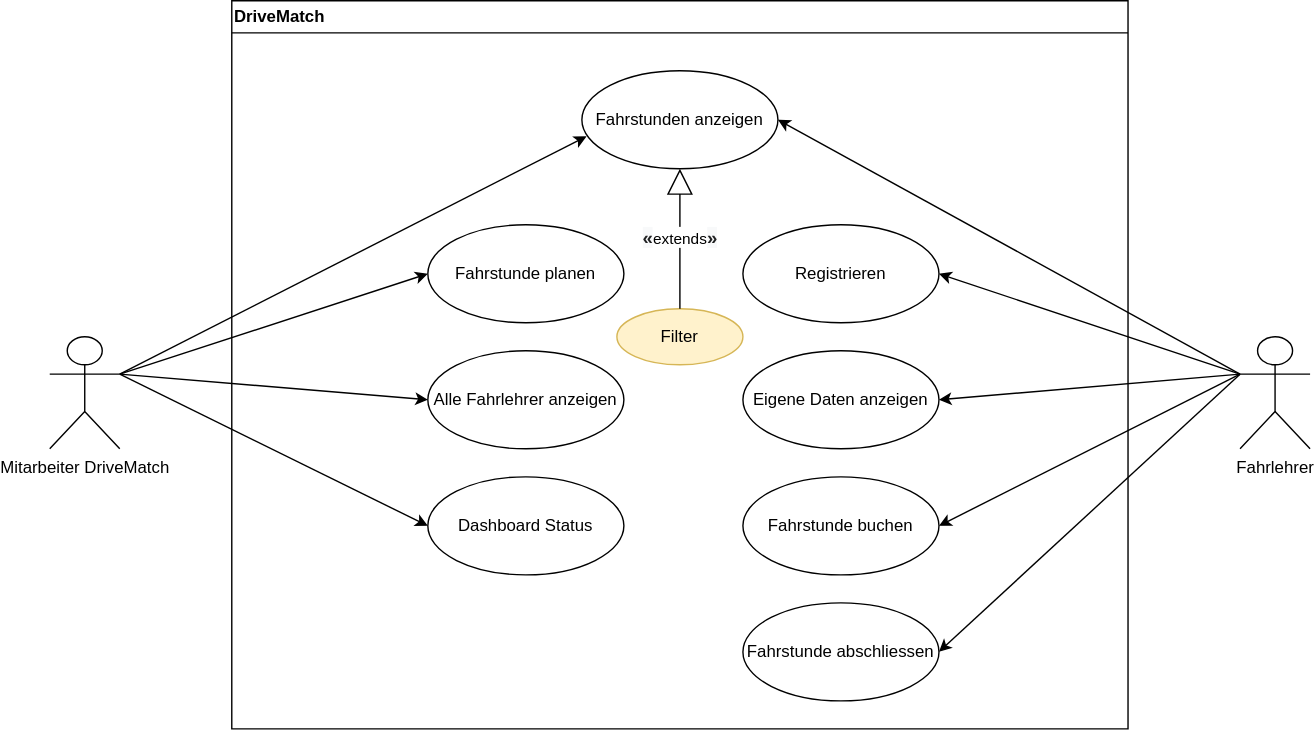
Before: doc/figures/use-case-diagram.drawio.svg, a diagram exported from draw.io (ljodzavsr/Software-Engineering-Semesterprojekt-DriveMatch). Source tidied: cells renumbered, new cells last; positions are measured from the earlier drawing's top-left corner, leaving out a move shared by most shapes.
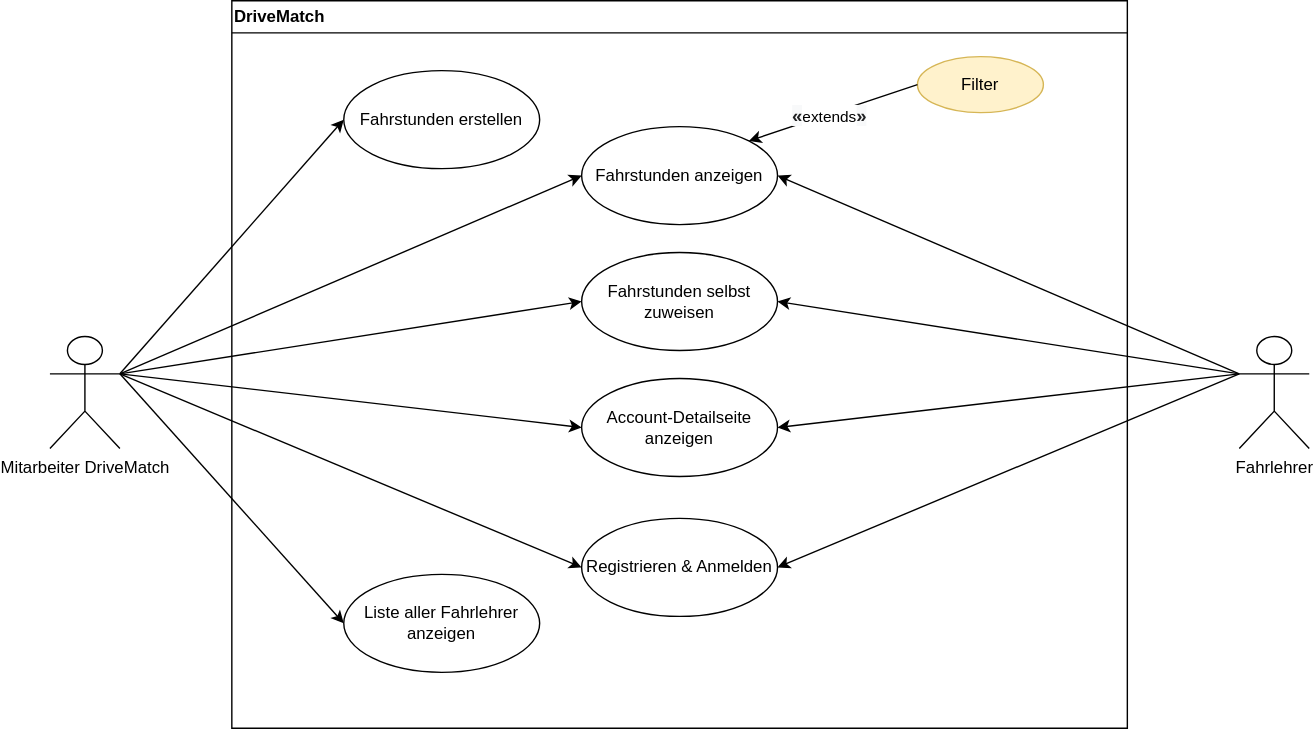
Later version of the same file.

What changed in the source:
```diff
@@ -8,65 +8,68 @@
     <mxCell id="3" value="DriveMatch" style="swimlane;whiteSpace=wrap;html=1;align=left;" parent="1" vertex="1">
       <mxGeometry x="130" width="640" height="520" as="geometry" />
     </mxCell>
-    <mxCell id="4" value="Fahrstunde planen" style="ellipse;whiteSpace=wrap;html=1;" parent="3" vertex="1">
-      <mxGeometry x="140" y="160" width="140" height="70" as="geometry" />
+    <mxCell id="4" value="Fahrstunden erstellen" style="ellipse;whiteSpace=wrap;html=1;" parent="3" vertex="1">
+      <mxGeometry x="80" y="50" width="140" height="70" as="geometry" />
     </mxCell>
-    <mxCell id="5" value="Dashboard Status" style="ellipse;whiteSpace=wrap;html=1;" parent="3" vertex="1">
-      <mxGeometry x="140" y="340" width="140" height="70" as="geometry" />
+    <mxCell id="5" value="Liste aller Fahrlehrer anzeigen" style="ellipse;whiteSpace=wrap;html=1;" parent="3" vertex="1">
+      <mxGeometry x="80" y="410" width="140" height="70" as="geometry" />
     </mxCell>
-    <mxCell id="6" value="Alle Fahrlehrer anzeigen" style="ellipse;whiteSpace=wrap;html=1;" parent="3" vertex="1">
-      <mxGeometry x="140" y="250" width="140" height="70" as="geometry" />
-    </mxCell>
-    <mxCell id="7" value="Registrieren" style="ellipse;whiteSpace=wrap;html=1;" parent="3" vertex="1">
-      <mxGeometry x="365" y="160" width="140" height="70" as="geometry" />
-    </mxCell>
     <mxCell id="8" value="Fahrstunden anzeigen" style="ellipse;whiteSpace=wrap;html=1;" parent="3" vertex="1">
-      <mxGeometry x="250" y="50" width="140" height="70" as="geometry" />
+      <mxGeometry x="250" y="90" width="140" height="70" as="geometry" />
     </mxCell>
     <mxCell id="9" value="Filter" style="ellipse;whiteSpace=wrap;html=1;fillColor=#fff2cc;strokeColor=#d6b656;" parent="3" vertex="1">
-      <mxGeometry x="275" y="220" width="90" height="40" as="geometry" />
+      <mxGeometry x="490" y="40" width="90" height="40" as="geometry" />
     </mxCell>
-    <mxCell id="10" value="&lt;b style=&quot;color: rgb(32, 33, 34); font-family: sans-serif; font-size: 13.3px; text-align: right; text-wrap: wrap; background-color: rgb(248, 249, 250);&quot;&gt;«&lt;/b&gt;extends&lt;b style=&quot;color: rgb(32, 33, 34); font-family: sans-serif; font-size: 13.3px; text-align: right; text-wrap: wrap; background-color: rgb(248, 249, 250);&quot;&gt;»&lt;/b&gt;" style="endArrow=block;endSize=16;endFill=0;html=1;rounded=0;entryX=0.5;entryY=1;entryDx=0;entryDy=0;exitX=0.5;exitY=0;exitDx=0;exitDy=0;" parent="3" edge="1" source="9" target="8">
-      <mxGeometry relative="1" as="geometry" />
-    </mxCell>
+    <mxCell id="7" value="Fahrstunden selbst zuweisen" style="ellipse;whiteSpace=wrap;html=1;" parent="3" vertex="1">
+      <mxGeometry x="250" y="180" width="140" height="70" as="geometry" />
+    </mxCell>
-    <mxCell id="11" value="Fahrstunde buchen" style="ellipse;whiteSpace=wrap;html=1;" parent="3" vertex="1">
-      <mxGeometry x="365" y="340" width="140" height="70" as="geometry" />
+    <mxCell id="11" value="Account-Detailseite anzeigen" style="ellipse;whiteSpace=wrap;html=1;" parent="3" vertex="1">
+      <mxGeometry x="250" y="270" width="140" height="70" as="geometry" />
     </mxCell>
-    <mxCell id="12" value="Fahrstunde abschliessen" style="ellipse;whiteSpace=wrap;html=1;" parent="3" vertex="1">
-      <mxGeometry x="365" y="430" width="140" height="70" as="geometry" />
+    <mxCell id="12" value="Registrieren &amp;amp; Anmelden" style="ellipse;whiteSpace=wrap;html=1;" parent="3" vertex="1">
+      <mxGeometry x="250" y="370" width="140" height="70" as="geometry" />
     </mxCell>
-    <mxCell id="13" value="Eigene Daten anzeigen" style="ellipse;whiteSpace=wrap;html=1;" parent="3" vertex="1">
-      <mxGeometry x="365" y="250" width="140" height="70" as="geometry" />
-    </mxCell>
+    <mxCell id="24" style="endArrow=classic;html=1;rounded=0;exitX=0;exitY=0.5;exitDx=0;exitDy=0;entryX=1;entryY=0;entryDx=0;entryDy=0;" parent="3" edge="1" source="9" target="8">
+      <mxGeometry relative="1" as="geometry" />
+    </mxCell>
+    <mxCell id="25" value="Text" style="edgeLabel;html=1;align=center;verticalAlign=middle;" parent="24" vertex="1">
+      <mxGeometry x="0.02" y="3" relative="1" as="geometry" />
+    </mxCell>
+    <mxCell id="10" value="&lt;b style=&quot;text-wrap: wrap; color: rgb(32, 33, 34); font-family: sans-serif; font-size: 13.3px; text-align: right; background-color: rgb(248, 249, 250);&quot;&gt;«&lt;/b&gt;extends&lt;b style=&quot;text-wrap: wrap; color: rgb(32, 33, 34); font-family: sans-serif; font-size: 13.3px; text-align: right; background-color: rgb(248, 249, 250);&quot;&gt;»&lt;/b&gt;" style="edgeLabel;html=1;align=center;verticalAlign=middle;" parent="24" vertex="1">
+      <mxGeometry x="0.05" relative="1" as="geometry" />
+    </mxCell>
     <mxCell id="14" value="Mitarbeiter DriveMatch" style="shape=umlActor;verticalLabelPosition=bottom;verticalAlign=top;html=1;" parent="1" vertex="1">
       <mxGeometry y="240" width="50" height="80" as="geometry" />
     </mxCell>
-    <mxCell id="15" style="endArrow=classic;html=1;rounded=0;exitX=1;exitY=0.3333333333333333;exitDx=0;exitDy=0;exitPerimeter=0;entryX=0;entryY=0.5;entryDx=0;entryDy=0;" parent="1" edge="1" source="14" target="4">
+    <mxCell id="15" style="endArrow=classic;html=1;rounded=0;exitX=1;exitY=0.3333333333333333;exitDx=0;exitDy=0;exitPerimeter=0;entryX=0;entryY=0.5;entryDx=0;entryDy=0;" parent="1" edge="1" source="14" target="8">
       <mxGeometry relative="1" as="geometry" />
     </mxCell>
     <mxCell id="16" style="endArrow=classic;html=1;rounded=0;exitX=1;exitY=0.3333333333333333;exitDx=0;exitDy=0;exitPerimeter=0;entryX=0;entryY=0.5;entryDx=0;entryDy=0;" parent="1" edge="1" source="14" target="5">
       <mxGeometry relative="1" as="geometry" />
     </mxCell>
-    <mxCell id="17" style="endArrow=classic;html=1;rounded=0;exitX=1;exitY=0.3333333333333333;exitDx=0;exitDy=0;exitPerimeter=0;entryX=0;entryY=0.5;entryDx=0;entryDy=0;" parent="1" edge="1" source="14" target="6">
-      <mxGeometry relative="1" as="geometry" />
-    </mxCell>
     <mxCell id="18" style="endArrow=classic;html=1;rounded=0;exitX=0;exitY=0.3333333333333333;exitDx=0;exitDy=0;exitPerimeter=0;entryX=1;entryY=0.5;entryDx=0;entryDy=0;" parent="1" edge="1" source="2" target="8">
       <mxGeometry relative="1" as="geometry" />
     </mxCell>
     <mxCell id="19" style="endArrow=classic;html=1;rounded=0;exitX=0;exitY=0.3333333333333333;exitDx=0;exitDy=0;exitPerimeter=0;entryX=1;entryY=0.5;entryDx=0;entryDy=0;" parent="1" edge="1" source="2" target="7">
       <mxGeometry relative="1" as="geometry" />
     </mxCell>
-    <mxCell id="20" style="endArrow=classic;html=1;rounded=0;exitX=1;exitY=0.3333333333333333;exitDx=0;exitDy=0;exitPerimeter=0;entryX=0.024;entryY=0.669;entryDx=0;entryDy=0;entryPerimeter=0;" parent="1" edge="1" source="14" target="8">
+    <mxCell id="20" style="endArrow=classic;html=1;rounded=0;exitX=1;exitY=0.3333333333333333;exitDx=0;exitDy=0;exitPerimeter=0;entryX=0;entryY=0.5;entryDx=0;entryDy=0;" parent="1" edge="1" source="14" target="4">
       <mxGeometry relative="1" as="geometry" />
     </mxCell>
-    <mxCell id="21" style="endArrow=classic;html=1;rounded=0;entryX=1;entryY=0.5;entryDx=0;entryDy=0;exitX=0;exitY=0.3333333333333333;exitDx=0;exitDy=0;exitPerimeter=0;" parent="1" edge="1" source="2" target="11">
+    <mxCell id="21" style="endArrow=classic;html=1;rounded=0;exitX=0;exitY=0.3333333333333333;exitDx=0;exitDy=0;exitPerimeter=0;entryX=1;entryY=0.5;entryDx=0;entryDy=0;" parent="1" edge="1" source="2" target="11">
       <mxGeometry relative="1" as="geometry" />
     </mxCell>
     <mxCell id="22" style="endArrow=classic;html=1;rounded=0;exitX=0;exitY=0.3333333333333333;exitDx=0;exitDy=0;exitPerimeter=0;entryX=1;entryY=0.5;entryDx=0;entryDy=0;" parent="1" edge="1" source="2" target="12">
       <mxGeometry relative="1" as="geometry" />
     </mxCell>
-    <mxCell id="23" style="endArrow=classic;html=1;rounded=0;entryX=1;entryY=0.5;entryDx=0;entryDy=0;exitX=0;exitY=0.3333333333333333;exitDx=0;exitDy=0;exitPerimeter=0;" parent="1" edge="1" source="2" target="13">
-      <mxGeometry relative="1" as="geometry" />
-    </mxCell>
+    <mxCell id="26" style="endArrow=classic;html=1;rounded=0;exitX=1;exitY=0.3333333333333333;exitDx=0;exitDy=0;exitPerimeter=0;entryX=0;entryY=0.5;entryDx=0;entryDy=0;" parent="1" edge="1" source="14" target="11">
+      <mxGeometry relative="1" as="geometry" />
+    </mxCell>
+    <mxCell id="27" style="endArrow=classic;html=1;rounded=0;exitX=1;exitY=0.3333333333333333;exitDx=0;exitDy=0;exitPerimeter=0;entryX=0;entryY=0.5;entryDx=0;entryDy=0;" parent="1" edge="1" source="14" target="12">
+      <mxGeometry relative="1" as="geometry" />
+    </mxCell>
+    <mxCell id="28" style="endArrow=classic;html=1;rounded=0;exitX=1;exitY=0.3333333333333333;exitDx=0;exitDy=0;exitPerimeter=0;entryX=0;entryY=0.5;entryDx=0;entryDy=0;" parent="1" edge="1" source="14" target="7">
+      <mxGeometry relative="1" as="geometry" />
+    </mxCell>
   </root>
 </mxGraphModel>
```
